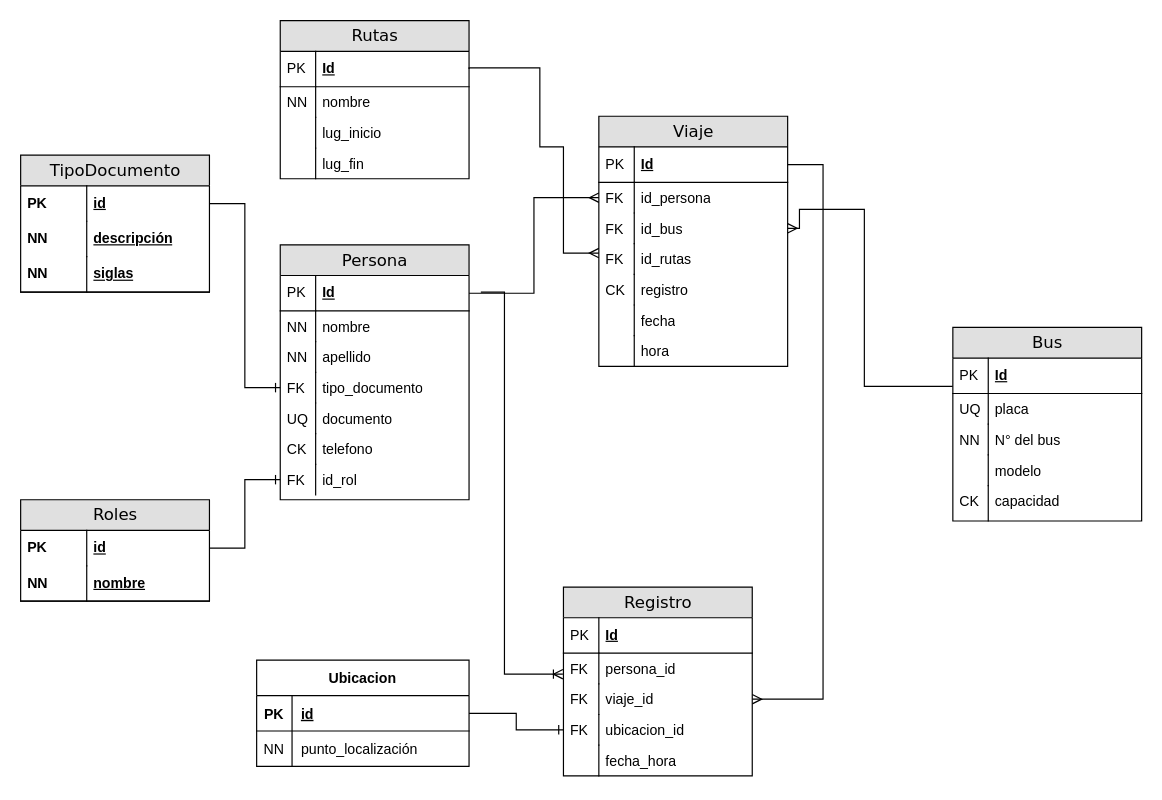
The draw.io diagram DER2.0_proyecto_trans.drawio in Andres-Nicolas/Diagramas, before the edit. Source tidied: cells renumbered, new cells numbered last; positions are measured from the earlier drawing's top-left corner, leaving out a move shared by most shapes. Both pictures are drawn from the tidied source at 118%, with x=0, y=0 at pixel (20, 20).
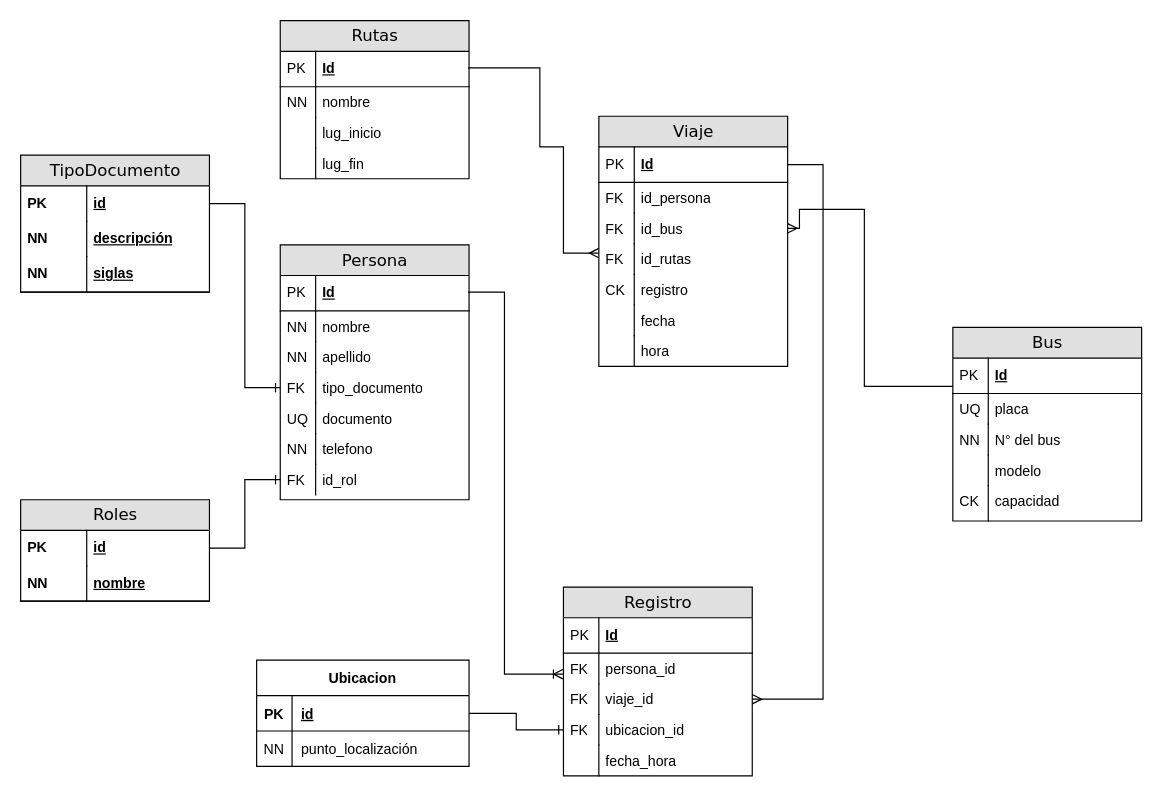
The same diagram, later.

Unchanged cells that the change refers to:
```xml
<mxCell id="10" value="id_persona" style="shape=partialRectangle;top=0;left=0;right=0;bottom=0;html=1;align=left;verticalAlign=top;fillColor=none;spacingLeft=34;spacingRight=4;whiteSpace=wrap;overflow=hidden;points=[[0,0.5],[1,0.5]];portConstraint=eastwest;" parent="7" vertex="1">
  <mxGeometry y="56" width="160" height="26" as="geometry" />
</mxCell>
<mxCell id="23" value="Id" style="shape=partialRectangle;top=0;left=0;right=0;bottom=1;html=1;align=left;verticalAlign=middle;fillColor=none;spacingLeft=34;spacingRight=4;whiteSpace=wrap;overflow=hidden;points=[[0,0.5],[1,0.5]];portConstraint=eastwest;fontStyle=5;" parent="22" vertex="1">
  <mxGeometry y="26" width="160" height="30" as="geometry" />
</mxCell>
<mxCell id="33" value="telefono" style="shape=partialRectangle;top=0;left=0;right=0;bottom=0;html=1;align=left;verticalAlign=top;fillColor=none;spacingLeft=34;spacingRight=4;whiteSpace=wrap;overflow=hidden;" parent="22" vertex="1">
  <mxGeometry y="160" width="160" height="26" as="geometry" />
</mxCell>
```

Diff of the diagram source:
```diff
@@
-    <mxCell id="34" value="CK" style="shape=partialRectangle;top=0;left=0;bottom=0;html=1;fillColor=none;align=left;verticalAlign=top;spacingLeft=4;spacingRight=4;whiteSpace=wrap;overflow=hidden;" parent="33" vertex="1">
+    <mxCell id="34" value="NN" style="shape=partialRectangle;top=0;left=0;bottom=0;html=1;fillColor=none;align=left;verticalAlign=top;spacingLeft=4;spacingRight=4;whiteSpace=wrap;overflow=hidden;" parent="33" vertex="1">
       <mxGeometry width="30" height="26" as="geometry" />
     </mxCell>
@@
-    <mxCell id="38" style="edgeStyle=orthogonalEdgeStyle;rounded=0;jettySize=auto;html=1;exitX=1;exitY=0.5;exitDx=0;exitDy=0;entryX=0;entryY=0.5;entryDx=0;entryDy=0;endArrow=ERmany;endFill=0;" parent="1" edge="1" source="23" target="10">
-      <mxGeometry relative="1" as="geometry" />
-    </mxCell>
@@
-    <mxCell id="76" style="edgeStyle=orthogonalEdgeStyle;fontSize=12;html=1;endArrow=ERoneToMany;rounded=0;entryX=-0.003;entryY=0.792;entryDx=0;entryDy=0;entryPerimeter=0;" parent="1" edge="1">
+    <mxCell id="76" style="edgeStyle=orthogonalEdgeStyle;fontSize=12;html=1;endArrow=ERoneToMany;rounded=0;entryX=-0.003;entryY=0.792;entryDx=0;entryDy=0;entryPerimeter=0;exitX=1;exitY=0.5;exitDx=0;exitDy=0;" parent="1" edge="1" source="23">
       <mxGeometry relative="1" as="geometry">
-        <mxPoint x="390" y="230" as="sourcePoint" />
         <mxPoint x="459.5" y="553.8" as="targetPoint" />
         <Array as="points">
+          <mxPoint x="380" y="230" />
           <mxPoint x="410" y="230" />
           <mxPoint x="410" y="554" />
         </Array>
       </mxGeometry>
     </mxCell>
```
